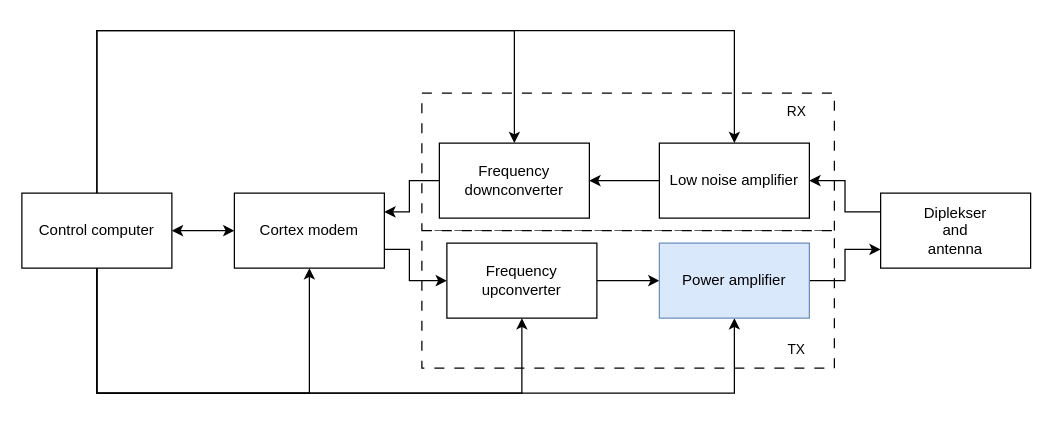
Earlier version of the draw.io diagram hardware/block_diagrams/rt-16_x_diagram.drawio (ElectroIGO/bak_rl). Source tidied: cells renumbered, new cells numbered last; positions are measured from the earlier drawing's top-left corner, leaving out a move shared by most shapes. Both pictures are drawn from the tidied source at 125%, with x=0, y=0 at pixel (21, 30).
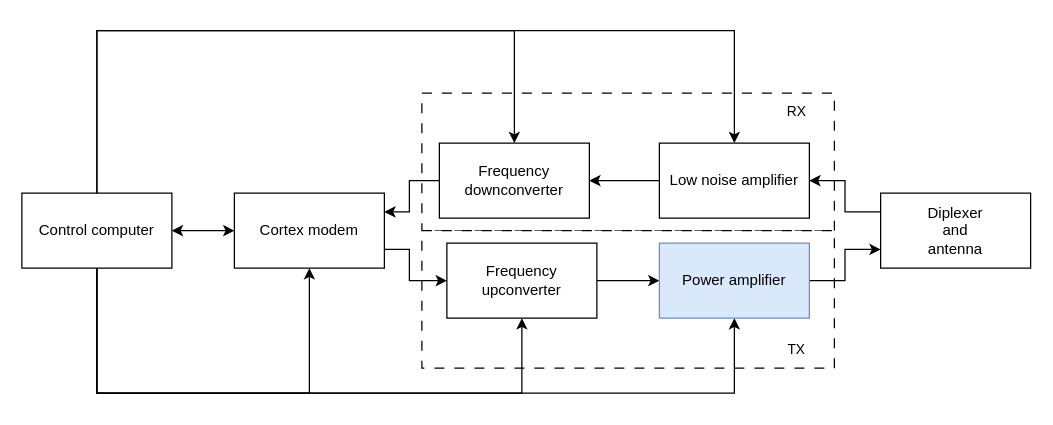
The same diagram, later.

Change to the diagram source:
```diff
@@
-    <mxCell id="19" value="Diplekser&lt;div&gt;and&lt;/div&gt;&lt;div&gt;antenna&lt;/div&gt;" style="rounded=0;whiteSpace=wrap;html=1;" parent="1" vertex="1">
+    <mxCell id="19" value="Diplexer&lt;div&gt;and&lt;/div&gt;&lt;div&gt;antenna&lt;/div&gt;" style="rounded=0;whiteSpace=wrap;html=1;" parent="1" vertex="1">
       <mxGeometry x="687" y="130" width="120" height="60" as="geometry" />
     </mxCell>
```
